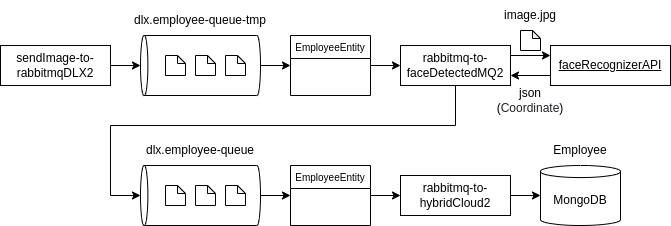
Above: rabbitMQ_KEDA_Csharp2/rabbitMQ.drawio.png in developer-onizuka/Diagrams (draw.io), before the change. Source tidied: cells renumbered, new cells last; positions are measured from the earlier drawing's top-left corner, leaving out a move shared by most shapes. The source it was exported from:
```xml
<mxGraphModel>
  <root>
    <mxCell id="0" />
    <mxCell id="1" parent="0" />
    <mxCell id="2" style="edgeStyle=orthogonalEdgeStyle;rounded=0;jettySize=auto;html=1;exitX=0;exitY=0.75;exitDx=0;exitDy=0;entryX=1;entryY=0.75;entryDx=0;entryDy=0;" parent="1" edge="1" source="3" target="16">
      <mxGeometry relative="1" as="geometry" />
    </mxCell>
    <mxCell id="3" style="rounded=0;whiteSpace=wrap;html=1;" parent="1" vertex="1">
      <mxGeometry x="550" y="45" width="120" height="40" as="geometry" />
    </mxCell>
    <mxCell id="4" style="edgeStyle=orthogonalEdgeStyle;rounded=0;jettySize=auto;html=1;exitX=1;exitY=0.5;exitDx=0;exitDy=0;entryX=0.5;entryY=0;entryDx=0;entryDy=0;entryPerimeter=0;" parent="1" edge="1" source="5" target="7">
      <mxGeometry relative="1" as="geometry" />
    </mxCell>
    <mxCell id="5" style="rounded=0;whiteSpace=wrap;html=1;" parent="1" vertex="1">
      <mxGeometry y="45" width="110" height="40" as="geometry" />
    </mxCell>
    <mxCell id="6" style="edgeStyle=orthogonalEdgeStyle;rounded=0;jettySize=auto;html=1;exitX=0.5;exitY=1;exitDx=0;exitDy=0;exitPerimeter=0;entryX=0;entryY=0.5;entryDx=0;entryDy=0;fontSize=10;" parent="1" edge="1" source="7" target="13">
      <mxGeometry relative="1" as="geometry" />
    </mxCell>
    <mxCell id="7" style="shape=cylinder3;whiteSpace=wrap;html=1;boundedLbl=1;backgroundOutline=1;size=3.6869659423828125;rotation=-90;" parent="1" vertex="1">
      <mxGeometry x="170" y="5" width="60" height="120" as="geometry" />
    </mxCell>
    <mxCell id="8" value="&lt;a class=&quot;js-navigation-open Link--primary&quot; title=&quot;sendImage-to-rabbitmqDLX2&quot; href=&quot;https://github.com/developer-onizuka/rabbitMQ_KEDA_Csharp2/tree/main/sendImage-to-rabbitmqDLX2&quot; style=&quot;box-sizing: border-box ; background-color: rgb(255 , 255 , 255) ; transition: 80ms cubic-bezier(0.33 , 1 , 0.68 , 1) 0s , 0s ease 0s , 0s ease 0s , 0s ease 0s ; font-family: , &amp;#34;blinkmacsystemfont&amp;#34; , &amp;#34;segoe ui&amp;#34; , &amp;#34;helvetica&amp;#34; , &amp;#34;arial&amp;#34; , sans-serif , &amp;#34;apple color emoji&amp;#34; , &amp;#34;segoe ui emoji&amp;#34;&quot;&gt;&lt;font color=&quot;#000000&quot;&gt;sendImage-to-rabbitmqDLX2&lt;/font&gt;&lt;/a&gt;" style="text;html=1;strokeColor=none;fillColor=none;align=center;verticalAlign=middle;whiteSpace=wrap;rounded=0;" parent="1" vertex="1">
      <mxGeometry x="5" y="50" width="100" height="30" as="geometry" />
    </mxCell>
    <mxCell id="9" style="shape=note;whiteSpace=wrap;html=1;backgroundOutline=1;darkOpacity=0.05;size=8;" parent="1" vertex="1">
      <mxGeometry x="165" y="55" width="20" height="20" as="geometry" />
    </mxCell>
    <mxCell id="10" style="shape=note;whiteSpace=wrap;html=1;backgroundOutline=1;darkOpacity=0.05;size=8;" parent="1" vertex="1">
      <mxGeometry x="195" y="55" width="20" height="20" as="geometry" />
    </mxCell>
    <mxCell id="11" style="shape=note;whiteSpace=wrap;html=1;backgroundOutline=1;darkOpacity=0.05;size=8;" parent="1" vertex="1">
      <mxGeometry x="225" y="55" width="20" height="20" as="geometry" />
    </mxCell>
    <mxCell id="12" style="edgeStyle=orthogonalEdgeStyle;rounded=0;jettySize=auto;html=1;exitX=1;exitY=0.5;exitDx=0;exitDy=0;fontSize=12;fontColor=#000000;" parent="1" edge="1" source="13">
      <mxGeometry relative="1" as="geometry">
        <mxPoint x="400" y="65" as="targetPoint" />
      </mxGeometry>
    </mxCell>
    <mxCell id="13" value="EmployeeEntity" style="swimlane;fontStyle=0;fontSize=10;" parent="1" vertex="1">
      <mxGeometry x="290" y="35" width="80" height="60" as="geometry" />
    </mxCell>
    <mxCell id="14" style="edgeStyle=orthogonalEdgeStyle;rounded=0;jettySize=auto;html=1;exitX=1;exitY=0.5;exitDx=0;exitDy=0;fontSize=12;fontColor=#000000;entryX=0.5;entryY=0;entryDx=0;entryDy=0;entryPerimeter=0;" parent="1" edge="1" source="16" target="21">
      <mxGeometry relative="1" as="geometry">
        <Array as="points">
          <mxPoint x="455" y="65" />
          <mxPoint x="455" y="125" />
          <mxPoint x="110" y="125" />
          <mxPoint x="110" y="195" />
        </Array>
      </mxGeometry>
    </mxCell>
    <mxCell id="15" style="edgeStyle=orthogonalEdgeStyle;rounded=0;jettySize=auto;html=1;exitX=1;exitY=0.25;exitDx=0;exitDy=0;entryX=0;entryY=0.25;entryDx=0;entryDy=0;" parent="1" edge="1" source="16" target="3">
      <mxGeometry relative="1" as="geometry" />
    </mxCell>
    <mxCell id="16" style="rounded=0;whiteSpace=wrap;html=1;" parent="1" vertex="1">
      <mxGeometry x="400" y="45" width="110" height="40" as="geometry" />
    </mxCell>
    <mxCell id="17" value="&lt;a class=&quot;js-navigation-open Link--primary&quot; title=&quot;rabbitmq-to-faceDetectedMQ&quot; href=&quot;https://github.com/developer-onizuka/rabbitMQ_KEDA_Csharp2/tree/main/rabbitmq-to-faceDetectedMQ&quot; style=&quot;box-sizing: border-box ; background-color: rgb(255 , 255 , 255) ; transition: 80ms cubic-bezier(0.33 , 1 , 0.68 , 1) 0s , 0s ease 0s , 0s ease 0s , 0s ease 0s ; font-family: , &amp;quot;blinkmacsystemfont&amp;quot; , &amp;quot;segoe ui&amp;quot; , &amp;quot;helvetica&amp;quot; , &amp;quot;arial&amp;quot; , sans-serif , &amp;quot;apple color emoji&amp;quot; , &amp;quot;segoe ui emoji&amp;quot;&quot;&gt;&lt;font color=&quot;#000000&quot; style=&quot;font-size: 12px&quot;&gt;rabbitmq-to-faceDetectedMQ&lt;/font&gt;&lt;/a&gt;2" style="text;html=1;strokeColor=none;fillColor=none;align=center;verticalAlign=middle;whiteSpace=wrap;rounded=0;" parent="1" vertex="1">
      <mxGeometry x="405" y="50" width="100" height="30" as="geometry" />
    </mxCell>
    <mxCell id="18" value="dlx.employee-queue-tmp" style="text;html=1;strokeColor=none;fillColor=none;align=center;verticalAlign=middle;whiteSpace=wrap;rounded=0;fontSize=12;fontColor=#000000;" parent="1" vertex="1">
      <mxGeometry x="120" y="5" width="160" height="30" as="geometry" />
    </mxCell>
    <mxCell id="19" style="edgeStyle=orthogonalEdgeStyle;rounded=0;jettySize=auto;html=1;exitX=0.5;exitY=1;exitDx=0;exitDy=0;exitPerimeter=0;entryX=0;entryY=0.5;entryDx=0;entryDy=0;fontSize=12;fontColor=#000000;" parent="1" edge="1" target="27">
      <mxGeometry relative="1" as="geometry">
        <mxPoint x="370" y="195" as="sourcePoint" />
      </mxGeometry>
    </mxCell>
    <mxCell id="20" style="edgeStyle=orthogonalEdgeStyle;rounded=0;jettySize=auto;html=1;exitX=0.5;exitY=1;exitDx=0;exitDy=0;exitPerimeter=0;entryX=0;entryY=0.5;entryDx=0;entryDy=0;" parent="1" edge="1" source="21" target="32">
      <mxGeometry relative="1" as="geometry" />
    </mxCell>
    <mxCell id="21" style="shape=cylinder3;whiteSpace=wrap;html=1;boundedLbl=1;backgroundOutline=1;size=3.6869659423828125;rotation=-90;" parent="1" vertex="1">
      <mxGeometry x="170" y="135" width="60" height="120" as="geometry" />
    </mxCell>
    <mxCell id="22" style="shape=note;whiteSpace=wrap;html=1;backgroundOutline=1;darkOpacity=0.05;size=8;" parent="1" vertex="1">
      <mxGeometry x="165" y="185" width="20" height="20" as="geometry" />
    </mxCell>
    <mxCell id="23" style="shape=note;whiteSpace=wrap;html=1;backgroundOutline=1;darkOpacity=0.05;size=8;" parent="1" vertex="1">
      <mxGeometry x="195" y="185" width="20" height="20" as="geometry" />
    </mxCell>
    <mxCell id="24" style="shape=note;whiteSpace=wrap;html=1;backgroundOutline=1;darkOpacity=0.05;size=8;" parent="1" vertex="1">
      <mxGeometry x="225" y="185" width="20" height="20" as="geometry" />
    </mxCell>
    <mxCell id="25" value="dlx.employee-queue" style="text;html=1;strokeColor=none;fillColor=none;align=center;verticalAlign=middle;whiteSpace=wrap;rounded=0;fontSize=12;fontColor=#000000;" parent="1" vertex="1">
      <mxGeometry x="120" y="135" width="160" height="30" as="geometry" />
    </mxCell>
    <mxCell id="26" style="edgeStyle=orthogonalEdgeStyle;rounded=0;jettySize=auto;html=1;exitX=1;exitY=0.5;exitDx=0;exitDy=0;entryX=0;entryY=0.5;entryDx=0;entryDy=0;entryPerimeter=0;fontSize=12;fontColor=#000000;" parent="1" edge="1" source="27" target="29">
      <mxGeometry relative="1" as="geometry" />
    </mxCell>
    <mxCell id="27" style="rounded=0;whiteSpace=wrap;html=1;" parent="1" vertex="1">
      <mxGeometry x="400" y="175" width="110" height="40" as="geometry" />
    </mxCell>
    <mxCell id="28" value="&lt;a class=&quot;js-navigation-open Link--primary&quot; title=&quot;rabbitmq-to-hybridCloud2&quot; href=&quot;https://github.com/developer-onizuka/rabbitMQ_KEDA_Csharp2/tree/main/rabbitmq-to-hybridCloud2&quot; style=&quot;box-sizing: border-box ; background-color: rgb(255 , 255 , 255) ; transition: 80ms cubic-bezier(0.33 , 1 , 0.68 , 1) 0s , 0s ease 0s , 0s ease 0s , 0s ease 0s ; font-family: , &amp;#34;blinkmacsystemfont&amp;#34; , &amp;#34;segoe ui&amp;#34; , &amp;#34;helvetica&amp;#34; , &amp;#34;arial&amp;#34; , sans-serif , &amp;#34;apple color emoji&amp;#34; , &amp;#34;segoe ui emoji&amp;#34;&quot;&gt;&lt;font color=&quot;#000000&quot; style=&quot;font-size: 12px&quot;&gt;rabbitmq-to-hybridCloud2&lt;/font&gt;&lt;/a&gt;" style="text;html=1;strokeColor=none;fillColor=none;align=center;verticalAlign=middle;whiteSpace=wrap;rounded=0;" parent="1" vertex="1">
      <mxGeometry x="405" y="180" width="100" height="30" as="geometry" />
    </mxCell>
    <mxCell id="29" style="shape=cylinder3;whiteSpace=wrap;html=1;boundedLbl=1;backgroundOutline=1;size=6.026069641113281;fontSize=12;fontColor=#000000;" parent="1" vertex="1">
      <mxGeometry x="540" y="165" width="80" height="60" as="geometry" />
    </mxCell>
    <mxCell id="30" value="Employee" style="text;html=1;strokeColor=none;fillColor=none;align=center;verticalAlign=middle;whiteSpace=wrap;rounded=0;fontSize=12;fontColor=#000000;" parent="1" vertex="1">
      <mxGeometry x="550" y="135" width="60" height="30" as="geometry" />
    </mxCell>
    <mxCell id="31" value="MongoDB" style="text;html=1;strokeColor=none;fillColor=none;align=center;verticalAlign=middle;whiteSpace=wrap;rounded=0;fontSize=12;fontColor=#000000;" parent="1" vertex="1">
      <mxGeometry x="550" y="185" width="60" height="30" as="geometry" />
    </mxCell>
    <mxCell id="32" value="EmployeeEntity" style="swimlane;fontStyle=0;fontSize=10;" parent="1" vertex="1">
      <mxGeometry x="290" y="165" width="80" height="60" as="geometry" />
    </mxCell>
    <mxCell id="33" value="&lt;u&gt;faceRecognizerAPI&lt;/u&gt;" style="text;html=1;strokeColor=none;fillColor=none;align=center;verticalAlign=middle;whiteSpace=wrap;rounded=0;" parent="1" vertex="1">
      <mxGeometry x="560" y="50" width="100" height="30" as="geometry" />
    </mxCell>
    <mxCell id="34" style="shape=note;whiteSpace=wrap;html=1;backgroundOutline=1;darkOpacity=0.05;size=8;" parent="1" vertex="1">
      <mxGeometry x="520" y="30" width="20" height="20" as="geometry" />
    </mxCell>
    <mxCell id="35" value="image.jpg" style="text;html=1;strokeColor=none;fillColor=none;align=center;verticalAlign=middle;whiteSpace=wrap;rounded=0;fontSize=12;fontColor=#000000;" parent="1" vertex="1">
      <mxGeometry x="490" width="80" height="30" as="geometry" />
    </mxCell>
    <mxCell id="36" value="json&lt;br&gt;&lt;font style=&quot;font-size: 12px;&quot;&gt;(&lt;span style=&quot;color: rgb(32, 33, 36); font-family: inherit; text-align: left; background-color: initial;&quot;&gt;Coordinate&lt;/span&gt;&lt;span style=&quot;background-color: initial;&quot;&gt;)&lt;/span&gt;&lt;/font&gt;" style="text;html=1;strokeColor=none;fillColor=none;align=center;verticalAlign=middle;whiteSpace=wrap;rounded=0;fontSize=12;fontColor=#000000;" parent="1" vertex="1">
      <mxGeometry x="490" y="85" width="80" height="30" as="geometry" />
    </mxCell>
  </root>
</mxGraphModel>
```
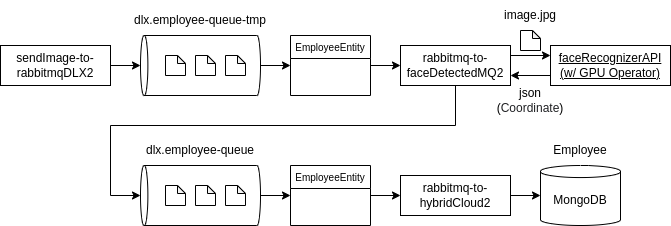
Above is the later version.

What changed in the source:
```diff
@@ -106,8 +106,8 @@
     <mxCell id="32" value="EmployeeEntity" style="swimlane;fontStyle=0;fontSize=10;" parent="1" vertex="1">
       <mxGeometry x="290" y="165" width="80" height="60" as="geometry" />
     </mxCell>
-    <mxCell id="33" value="&lt;u&gt;faceRecognizerAPI&lt;/u&gt;" style="text;html=1;strokeColor=none;fillColor=none;align=center;verticalAlign=middle;whiteSpace=wrap;rounded=0;" parent="1" vertex="1">
-      <mxGeometry x="560" y="50" width="100" height="30" as="geometry" />
+    <mxCell id="33" value="&lt;u&gt;faceRecognizerAPI&lt;br&gt;(w/ GPU Operator)&lt;br&gt;&lt;/u&gt;" style="text;html=1;strokeColor=none;fillColor=none;align=center;verticalAlign=middle;whiteSpace=wrap;rounded=0;" parent="1" vertex="1">
+      <mxGeometry x="555" y="50" width="110" height="30" as="geometry" />
     </mxCell>
     <mxCell id="34" style="shape=note;whiteSpace=wrap;html=1;backgroundOutline=1;darkOpacity=0.05;size=8;" parent="1" vertex="1">
       <mxGeometry x="520" y="30" width="20" height="20" as="geometry" />
```
